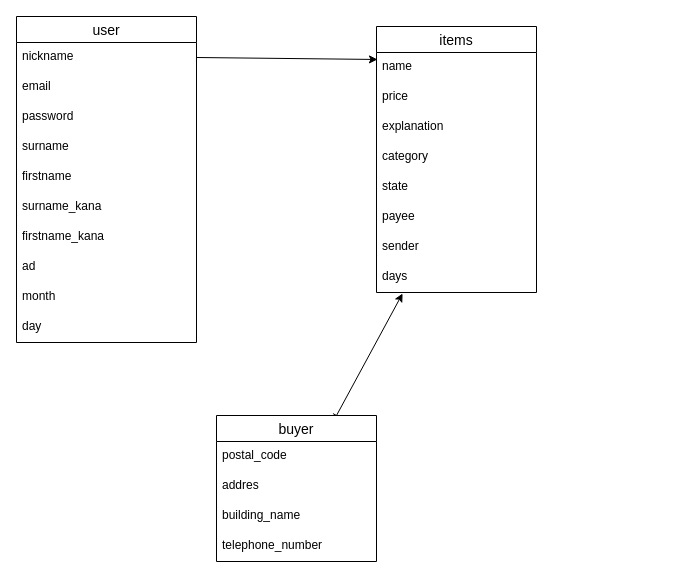
The draw.io diagram test.dio in toto-maru009/furima-38611, before the edit. Source tidied: cells renumbered, new cells numbered last; positions are measured from the earlier drawing's top-left corner, leaving out a move shared by most shapes. Both pictures are drawn from the tidied source at 100%, with x=0, y=0 at pixel (16, 16).
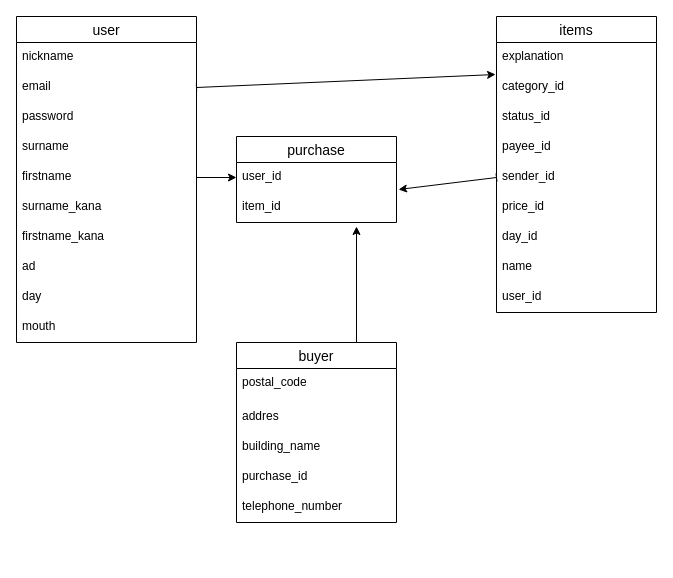
The same page after the edit.

Commit message (it also covers changes not shown here):
DB設計の実装

Unchanged cells that the change refers to:
```xml
<mxCell id="2" value="user" style="swimlane;fontStyle=0;horizontal=1;startSize=26;align=center;fontSize=14;" parent="1" vertex="1">
  <mxGeometry width="180" height="326" as="geometry" />
</mxCell>
<mxCell id="3" value="nickname" style="text;strokeColor=none;fillColor=none;spacingLeft=4;spacingRight=4;overflow=hidden;points=[[0,0.5],[1,0.5]];portConstraint=eastwest;fontSize=12;" parent="2" vertex="1">
  <mxGeometry y="26" width="180" height="30" as="geometry" />
</mxCell>
<mxCell id="4" value="email" style="text;strokeColor=none;fillColor=none;spacingLeft=4;spacingRight=4;overflow=hidden;points=[[0,0.5],[1,0.5]];portConstraint=eastwest;fontSize=12;" parent="2" vertex="1">
  <mxGeometry y="56" width="180" height="30" as="geometry" />
</mxCell>
<mxCell id="7" value="firstname" style="text;strokeColor=none;fillColor=none;spacingLeft=4;spacingRight=4;overflow=hidden;points=[[0,0.5],[1,0.5]];portConstraint=eastwest;fontSize=12;" parent="2" vertex="1">
  <mxGeometry y="146" width="180" height="30" as="geometry" />
</mxCell>
```

The edit, as a diff of the source:
```diff
@@
-    <mxCell id="11" value="month" style="text;strokeColor=none;fillColor=none;spacingLeft=4;spacingRight=4;overflow=hidden;fontSize=12;" parent="2" vertex="1">
-      <mxGeometry y="266" width="180" height="30" as="geometry" />
-    </mxCell>
     <mxCell id="12" value="day" style="text;strokeColor=none;fillColor=none;spacingLeft=4;spacingRight=4;overflow=hidden;fontSize=12;" parent="2" vertex="1">
-      <mxGeometry y="296" width="180" height="30" as="geometry" />
+      <mxGeometry y="266" width="180" height="30" as="geometry" />
     </mxCell>
+    <mxCell id="29" value="mouth" style="text;strokeColor=none;fillColor=none;spacingLeft=4;spacingRight=4;overflow=hidden;fontSize=12;" parent="2" vertex="1">
+      <mxGeometry y="296" width="180" height="30" as="geometry" />
+    </mxCell>
     <mxCell id="13" value="items" style="swimlane;fontStyle=0;horizontal=1;startSize=26;align=center;fontSize=14;" parent="1" vertex="1">
-      <mxGeometry x="360" y="10" width="160" height="266" as="geometry" />
+      <mxGeometry x="480" width="160" height="296" as="geometry" />
     </mxCell>
-    <mxCell id="14" value="name" style="text;strokeColor=none;fillColor=none;spacingLeft=4;spacingRight=4;overflow=hidden;points=[[0,0.5],[1,0.5]];portConstraint=eastwest;fontSize=12;" parent="13" vertex="1">
-      <mxGeometry y="26" width="160" height="30" as="geometry" />
-    </mxCell>
-    <mxCell id="15" value="price" style="text;strokeColor=none;fillColor=none;spacingLeft=4;spacingRight=4;overflow=hidden;fontSize=12;" parent="13" vertex="1">
-      <mxGeometry y="56" width="160" height="30" as="geometry" />
-    </mxCell>
     <mxCell id="16" value="explanation" style="text;strokeColor=none;fillColor=none;spacingLeft=4;spacingRight=4;overflow=hidden;fontSize=12;" parent="13" vertex="1">
-      <mxGeometry y="86" width="160" height="30" as="geometry" />
+      <mxGeometry y="26" width="160" height="30" as="geometry" />
     </mxCell>
-    <mxCell id="17" value="category" style="text;strokeColor=none;fillColor=none;spacingLeft=4;spacingRight=4;overflow=hidden;points=[[0,0.5],[1,0.5]];portConstraint=eastwest;fontSize=12;" parent="13" vertex="1">
-      <mxGeometry y="116" width="160" height="30" as="geometry" />
+    <mxCell id="17" value="category_id&#10;" style="text;strokeColor=none;fillColor=none;spacingLeft=4;spacingRight=4;overflow=hidden;points=[[0,0.5],[1,0.5]];portConstraint=eastwest;fontSize=12;" parent="13" vertex="1">
+      <mxGeometry y="56" width="160" height="30" as="geometry" />
     </mxCell>
-    <mxCell id="18" value="state" style="text;strokeColor=none;fillColor=none;spacingLeft=4;spacingRight=4;overflow=hidden;fontSize=12;" parent="13" vertex="1">
-      <mxGeometry y="146" width="160" height="30" as="geometry" />
+    <mxCell id="18" value="status_id" style="text;strokeColor=none;fillColor=none;spacingLeft=4;spacingRight=4;overflow=hidden;fontSize=12;" parent="13" vertex="1">
+      <mxGeometry y="86" width="160" height="30" as="geometry" />
     </mxCell>
-    <mxCell id="19" value="payee" style="text;strokeColor=none;fillColor=none;spacingLeft=4;spacingRight=4;overflow=hidden;fontSize=12;" parent="13" vertex="1">
-      <mxGeometry y="176" width="160" height="30" as="geometry" />
+    <mxCell id="19" value="payee_id" style="text;strokeColor=none;fillColor=none;spacingLeft=4;spacingRight=4;overflow=hidden;fontSize=12;" parent="13" vertex="1">
+      <mxGeometry y="116" width="160" height="30" as="geometry" />
     </mxCell>
-    <mxCell id="20" value="sender" style="text;strokeColor=none;fillColor=none;spacingLeft=4;spacingRight=4;overflow=hidden;points=[[0,0.5],[1,0.5]];portConstraint=eastwest;fontSize=12;" parent="13" vertex="1">
-      <mxGeometry y="206" width="160" height="30" as="geometry" />
+    <mxCell id="20" value="sender_id" style="text;strokeColor=none;fillColor=none;spacingLeft=4;spacingRight=4;overflow=hidden;points=[[0,0.5],[1,0.5]];portConstraint=eastwest;fontSize=12;" parent="13" vertex="1">
+      <mxGeometry y="146" width="160" height="30" as="geometry" />
     </mxCell>
+    <mxCell id="15" value="price_id" style="text;strokeColor=none;fillColor=none;spacingLeft=4;spacingRight=4;overflow=hidden;fontSize=12;" parent="13" vertex="1">
+      <mxGeometry y="176" width="160" height="30" as="geometry" />
+    </mxCell>
-    <mxCell id="21" value="days&#10;" style="text;strokeColor=none;fillColor=none;spacingLeft=4;spacingRight=4;overflow=hidden;points=[[0,0.5],[1,0.5]];portConstraint=eastwest;fontSize=12;" parent="13" vertex="1">
-      <mxGeometry y="236" width="160" height="30" as="geometry" />
+    <mxCell id="21" value="day_id" style="text;strokeColor=none;fillColor=none;spacingLeft=4;spacingRight=4;overflow=hidden;points=[[0,0.5],[1,0.5]];portConstraint=eastwest;fontSize=12;" parent="13" vertex="1">
+      <mxGeometry y="206" width="160" height="30" as="geometry" />
     </mxCell>
-    <mxCell id="22" style="edgeStyle=none;html=1;exitX=0.75;exitY=0;exitDx=0;exitDy=0;entryX=0.163;entryY=1.033;entryDx=0;entryDy=0;entryPerimeter=0;startArrow=baseDash;startFill=0;" parent="1" edge="1" source="23" target="21">
-      <mxGeometry relative="1" as="geometry" />
-    </mxCell>
+    <mxCell id="14" value="name" style="text;strokeColor=none;fillColor=none;spacingLeft=4;spacingRight=4;overflow=hidden;points=[[0,0.5],[1,0.5]];portConstraint=eastwest;fontSize=12;" parent="13" vertex="1">
+      <mxGeometry y="236" width="160" height="30" as="geometry" />
+    </mxCell>
+    <mxCell id="30" value="user_id" style="text;strokeColor=none;fillColor=none;spacingLeft=4;spacingRight=4;overflow=hidden;fontSize=12;" parent="13" vertex="1">
+      <mxGeometry y="266" width="160" height="30" as="geometry" />
+    </mxCell>
+    <mxCell id="31" style="edgeStyle=none;html=1;exitX=0.75;exitY=0;exitDx=0;exitDy=0;startArrow=baseDash;startFill=0;" parent="1" edge="1" source="23">
+      <mxGeometry relative="1" as="geometry">
+        <mxPoint x="340" y="210" as="targetPoint" />
+      </mxGeometry>
+    </mxCell>
     <mxCell id="23" value="buyer" style="swimlane;fontStyle=0;horizontal=1;startSize=26;align=center;fontSize=14;" parent="1" vertex="1">
-      <mxGeometry x="200" y="399" width="160" height="146" as="geometry" />
+      <mxGeometry x="220" y="326" width="160" height="180" as="geometry" />
     </mxCell>
     <mxCell id="24" value="postal_code" style="text;strokeColor=none;fillColor=none;spacingLeft=4;spacingRight=4;overflow=hidden;fontSize=12;" parent="23" vertex="1">
-      <mxGeometry y="26" width="160" height="30" as="geometry" />
+      <mxGeometry y="26" width="160" height="34" as="geometry" />
     </mxCell>
     <mxCell id="25" value="addres" style="text;strokeColor=none;fillColor=none;spacingLeft=4;spacingRight=4;overflow=hidden;fontSize=12;" parent="23" vertex="1">
-      <mxGeometry y="56" width="160" height="30" as="geometry" />
+      <mxGeometry y="60" width="160" height="30" as="geometry" />
     </mxCell>
     <mxCell id="26" value="building_name" style="text;strokeColor=none;fillColor=none;spacingLeft=4;spacingRight=4;overflow=hidden;fontSize=12;" parent="23" vertex="1">
-      <mxGeometry y="86" width="160" height="30" as="geometry" />
+      <mxGeometry y="90" width="160" height="30" as="geometry" />
     </mxCell>
+    <mxCell id="32" value="purchase_id" style="text;strokeColor=none;fillColor=none;spacingLeft=4;spacingRight=4;overflow=hidden;fontSize=12;" parent="23" vertex="1">
+      <mxGeometry y="120" width="160" height="30" as="geometry" />
+    </mxCell>
     <mxCell id="27" value="telephone_number" style="text;strokeColor=none;fillColor=none;spacingLeft=4;spacingRight=4;overflow=hidden;fontSize=12;" parent="23" vertex="1">
-      <mxGeometry y="116" width="160" height="30" as="geometry" />
+      <mxGeometry y="150" width="160" height="30" as="geometry" />
     </mxCell>
-    <mxCell id="28" style="edgeStyle=none;html=1;exitX=1;exitY=0.5;exitDx=0;exitDy=0;entryX=0.006;entryY=0.233;entryDx=0;entryDy=0;entryPerimeter=0;startArrow=baseDash;startFill=0;" parent="1" edge="1" source="3" target="14">
-      <mxGeometry relative="1" as="geometry" />
-    </mxCell>
+    <mxCell id="33" value="purchase" style="swimlane;fontStyle=0;horizontal=1;startSize=26;align=center;fontSize=14;" parent="1" vertex="1">
+      <mxGeometry x="220" y="120" width="160" height="86" as="geometry" />
+    </mxCell>
+    <mxCell id="34" value="user_id" style="text;strokeColor=none;fillColor=none;spacingLeft=4;spacingRight=4;overflow=hidden;points=[[0,0.5],[1,0.5]];portConstraint=eastwest;fontSize=12;" parent="33" vertex="1">
+      <mxGeometry y="26" width="160" height="30" as="geometry" />
+    </mxCell>
+    <mxCell id="35" value="item_id" style="text;strokeColor=none;fillColor=none;spacingLeft=4;spacingRight=4;overflow=hidden;fontSize=12;" parent="33" vertex="1">
+      <mxGeometry y="56" width="160" height="30" as="geometry" />
+    </mxCell>
+    <mxCell id="36" style="edgeStyle=none;html=1;exitX=1;exitY=0.5;exitDx=0;exitDy=0;entryX=-0.006;entryY=0.067;entryDx=0;entryDy=0;entryPerimeter=0;startArrow=baseDash;startFill=0;" parent="1" edge="1" source="4" target="17">
+      <mxGeometry relative="1" as="geometry" />
+    </mxCell>
+    <mxCell id="37" style="edgeStyle=none;html=1;exitX=1;exitY=0.5;exitDx=0;exitDy=0;entryX=0;entryY=0.5;entryDx=0;entryDy=0;startArrow=baseDash;startFill=0;" parent="1" edge="1" source="7" target="34">
+      <mxGeometry relative="1" as="geometry" />
+    </mxCell>
+    <mxCell id="38" style="edgeStyle=none;html=1;exitX=0;exitY=0.5;exitDx=0;exitDy=0;entryX=1.013;entryY=0.9;entryDx=0;entryDy=0;entryPerimeter=0;startArrow=baseDash;startFill=0;" parent="1" edge="1" source="20" target="34">
+      <mxGeometry relative="1" as="geometry" />
+    </mxCell>
```
